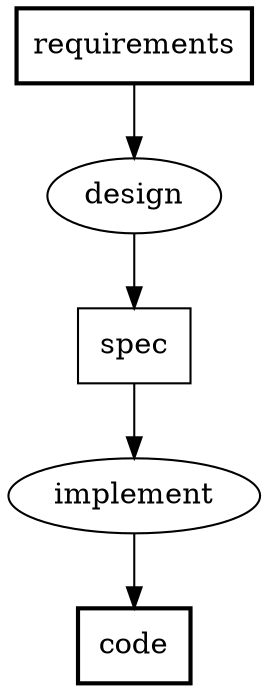
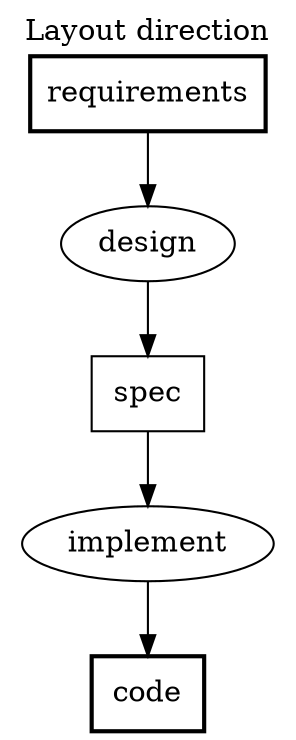
digraph PFDSL {
  rankdir=TB;
  newrank=true;
+   label="Layout direction";
+   labelloc="t";

  "code" [shape=box, label="code", penwidth="2"];
  "design" [shape=ellipse, label="design"];
  "implement" [shape=ellipse, label="implement"];
  "requirements" [shape=box, label="requirements", penwidth="2"];
  "spec" [shape=box, label="spec"];

  "requirements" -> "design";
  "design" -> "spec";
  "spec" -> "implement";
  "implement" -> "code";
}
